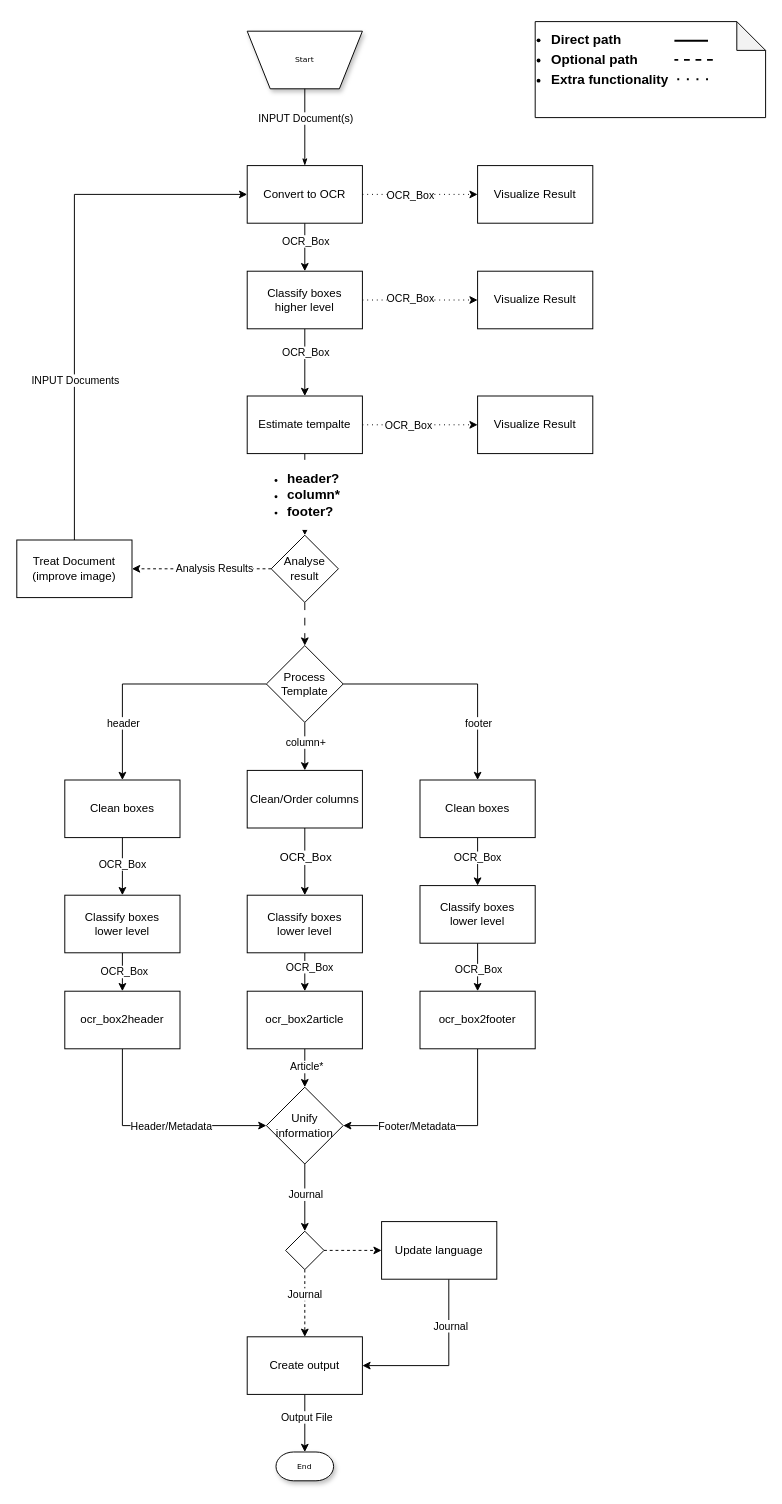
Above: docs/OSDOcr/extract_journal_workflow.drawio in brazafonso/OCR-old_documents (draw.io), before the change. Source tidied: cells renumbered, new cells numbered last; positions are measured from the earlier drawing's top-left corner, leaving out a move shared by most shapes. Both pictures are drawn from the tidied source at 96%, with x=0, y=0 at pixel (16, 21).
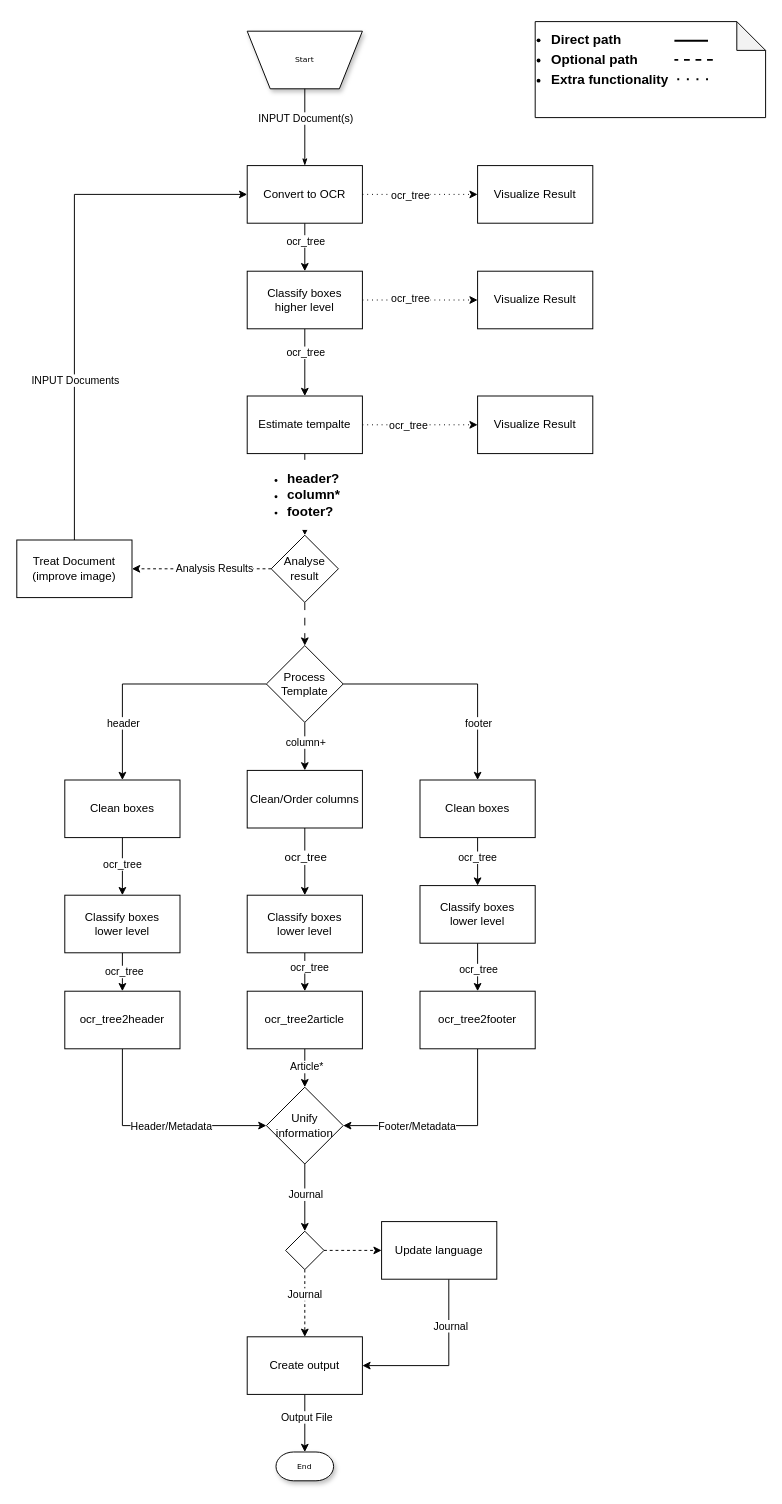
The same diagram, later.

The change refers to these unchanged cells:
```xml
<mxCell id="6" style="edgeStyle=orthogonalEdgeStyle;rounded=0;jettySize=auto;html=1;entryX=0.5;entryY=0;entryDx=0;entryDy=0;" parent="1" edge="1" source="8" target="24">
  <mxGeometry relative="1" as="geometry" />
</mxCell>
<mxCell id="11" style="edgeStyle=orthogonalEdgeStyle;rounded=0;jettySize=auto;html=1;dashed=1;dashPattern=1 4;entryX=0;entryY=0.5;entryDx=0;entryDy=0;" parent="1" edge="1" source="13" target="63">
  <mxGeometry relative="1" as="geometry" />
</mxCell>
<mxCell id="14" style="edgeStyle=orthogonalEdgeStyle;rounded=0;jettySize=auto;html=1;entryX=0.5;entryY=0;entryDx=0;entryDy=0;" parent="1" edge="1" source="16" target="19">
  <mxGeometry relative="1" as="geometry" />
</mxCell>
<mxCell id="17" style="edgeStyle=orthogonalEdgeStyle;rounded=0;jettySize=auto;html=1;" parent="1" edge="1" source="19" target="34">
  <mxGeometry relative="1" as="geometry" />
</mxCell>
<mxCell id="20" style="edgeStyle=orthogonalEdgeStyle;rounded=0;jettySize=auto;html=1;" parent="1" edge="1" source="24" target="13">
  <mxGeometry relative="1" as="geometry" />
</mxCell>
<mxCell id="22" style="edgeStyle=orthogonalEdgeStyle;rounded=0;jettySize=auto;html=1;dashed=1;dashPattern=1 4;entryX=0;entryY=0.5;entryDx=0;entryDy=0;" parent="1" edge="1" source="24" target="62">
  <mxGeometry relative="1" as="geometry" />
</mxCell>
<mxCell id="27" style="edgeStyle=orthogonalEdgeStyle;rounded=0;jettySize=auto;html=1;exitX=0.5;exitY=1;exitDx=0;exitDy=0;" parent="1" edge="1" source="49" target="43">
  <mxGeometry relative="1" as="geometry" />
</mxCell>
<mxCell id="41" style="edgeStyle=orthogonalEdgeStyle;rounded=0;jettySize=auto;html=1;" parent="1" edge="1" source="43" target="46">
  <mxGeometry relative="1" as="geometry" />
</mxCell>
<mxCell id="50" style="edgeStyle=orthogonalEdgeStyle;rounded=0;jettySize=auto;html=1;" parent="1" edge="1" source="52" target="55">
  <mxGeometry relative="1" as="geometry" />
</mxCell>
<mxCell id="53" style="edgeStyle=orthogonalEdgeStyle;rounded=0;jettySize=auto;html=1;" parent="1" edge="1" source="55" target="58">
  <mxGeometry relative="1" as="geometry" />
</mxCell>
<mxCell id="59" style="endArrow=classic;dashed=1;html=1;dashPattern=1 4;strokeWidth=1;rounded=0;exitX=1;exitY=0.5;exitDx=0;exitDy=0;startArrow=none;startFill=0;endFill=1;" parent="1" edge="1" source="8" target="61">
  <mxGeometry relative="1" as="geometry" />
</mxCell>
```

The edit, as a diff of the source:
```diff
@@
-    <mxCell id="7" value="OCR_Box" style="edgeLabel;html=1;align=center;verticalAlign=middle;" parent="6" vertex="1">
+    <mxCell id="7" value="ocr_tree" style="edgeLabel;html=1;align=center;verticalAlign=middle;" parent="6" vertex="1">
       <mxGeometry x="-0.3" relative="1" as="geometry" />
     </mxCell>
@@
-    <mxCell id="12" value="OCR_Box" style="edgeLabel;html=1;align=center;verticalAlign=middle;" parent="11" vertex="1">
+    <mxCell id="12" value="ocr_tree" style="edgeLabel;html=1;align=center;verticalAlign=middle;" parent="11" vertex="1">
       <mxGeometry x="-0.21" relative="1" as="geometry" />
     </mxCell>
@@
-    <mxCell id="15" value="&lt;span style=&quot;text-align: left;&quot;&gt;&lt;font style=&quot;font-size: 12px;&quot;&gt;OCR_Box&lt;/font&gt;&lt;/span&gt;" style="edgeLabel;html=1;align=center;verticalAlign=middle;" parent="14" vertex="1">
+    <mxCell id="15" value="&lt;span style=&quot;text-align: left;&quot;&gt;&lt;font style=&quot;font-size: 12px;&quot;&gt;ocr_tree&lt;/font&gt;&lt;/span&gt;" style="edgeLabel;html=1;align=center;verticalAlign=middle;" parent="14" vertex="1">
       <mxGeometry x="-0.05" y="-1" relative="1" as="geometry">
         <mxPoint x="1" y="-3" as="offset" />
       </mxGeometry>
     </mxCell>
@@
-    <mxCell id="18" value="OCR_Box" style="edgeLabel;html=1;align=center;verticalAlign=middle;" parent="17" vertex="1">
+    <mxCell id="18" value="ocr_tree" style="edgeLabel;html=1;align=center;verticalAlign=middle;" parent="17" vertex="1">
       <mxGeometry x="-0.31" y="4" relative="1" as="geometry" />
     </mxCell>
@@
-    <mxCell id="21" value="OCR_Box" style="edgeLabel;html=1;align=center;verticalAlign=middle;" parent="20" vertex="1">
+    <mxCell id="21" value="ocr_tree" style="edgeLabel;html=1;align=center;verticalAlign=middle;" parent="20" vertex="1">
       <mxGeometry x="-0.32" relative="1" as="geometry" />
     </mxCell>
@@
-    <mxCell id="23" value="OCR_Box" style="edgeLabel;html=1;align=center;verticalAlign=middle;" parent="22" vertex="1">
+    <mxCell id="23" value="ocr_tree" style="edgeLabel;html=1;align=center;verticalAlign=middle;" parent="22" vertex="1">
       <mxGeometry x="-0.19" y="2" relative="1" as="geometry" />
     </mxCell>
@@
-    <mxCell id="28" value="OCR_Box" style="edgeLabel;html=1;align=center;verticalAlign=middle;" parent="27" vertex="1">
+    <mxCell id="28" value="ocr_tree" style="edgeLabel;html=1;align=center;verticalAlign=middle;" parent="27" vertex="1">
       <mxGeometry x="-0.11" y="-1" relative="1" as="geometry" />
     </mxCell>
@@
-    <mxCell id="34" value="ocr_box2article" style="rounded=0;whiteSpace=wrap;html=1;" parent="1" vertex="1">
+    <mxCell id="34" value="ocr_tree2article" style="rounded=0;whiteSpace=wrap;html=1;" parent="1" vertex="1">
       <mxGeometry x="240" y="1010" width="120" height="60" as="geometry" />
     </mxCell>
@@
-    <mxCell id="42" value="OCR_Box" style="edgeLabel;html=1;align=center;verticalAlign=middle;" parent="41" vertex="1">
+    <mxCell id="42" value="ocr_tree" style="edgeLabel;html=1;align=center;verticalAlign=middle;" parent="41" vertex="1">
       <mxGeometry x="-0.06" y="1" relative="1" as="geometry" />
     </mxCell>
@@
-    <mxCell id="46" value="ocr_box2header" style="rounded=0;whiteSpace=wrap;html=1;" parent="1" vertex="1">
+    <mxCell id="46" value="ocr_tree2header" style="rounded=0;whiteSpace=wrap;html=1;" parent="1" vertex="1">
       <mxGeometry x="50" y="1010" width="120" height="60" as="geometry" />
     </mxCell>
@@
-    <mxCell id="51" value="OCR_Box" style="edgeLabel;html=1;align=center;verticalAlign=middle;" parent="50" vertex="1">
+    <mxCell id="51" value="ocr_tree" style="edgeLabel;html=1;align=center;verticalAlign=middle;" parent="50" vertex="1">
       <mxGeometry x="-0.22" y="-1" relative="1" as="geometry" />
     </mxCell>
@@
-    <mxCell id="54" value="OCR_Box" style="edgeLabel;html=1;align=center;verticalAlign=middle;" parent="53" vertex="1">
+    <mxCell id="54" value="ocr_tree" style="edgeLabel;html=1;align=center;verticalAlign=middle;" parent="53" vertex="1">
       <mxGeometry x="0.08" relative="1" as="geometry" />
     </mxCell>
@@
-    <mxCell id="58" value="ocr_box2footer" style="whiteSpace=wrap;html=1;" parent="1" vertex="1">
+    <mxCell id="58" value="ocr_tree2footer" style="whiteSpace=wrap;html=1;" parent="1" vertex="1">
       <mxGeometry x="420" y="1010" width="120" height="60" as="geometry" />
     </mxCell>
@@
-    <mxCell id="60" value="OCR_Box" style="edgeLabel;html=1;align=center;verticalAlign=middle;" parent="59" vertex="1">
+    <mxCell id="60" value="ocr_tree" style="edgeLabel;html=1;align=center;verticalAlign=middle;" parent="59" vertex="1">
       <mxGeometry x="-0.19" y="-3" relative="1" as="geometry">
         <mxPoint y="-3" as="offset" />
       </mxGeometry>
     </mxCell>
```
